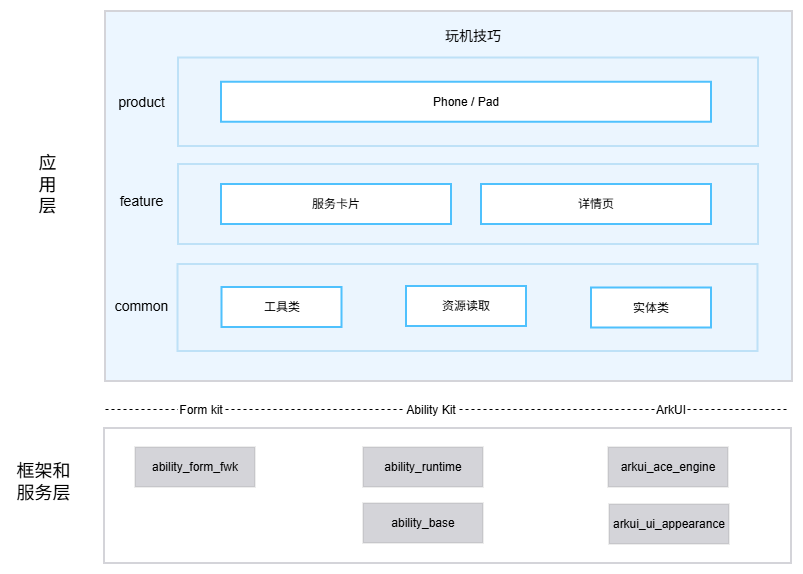
This is docs/figures/tips_architecture.png from openharmony/applications_tips, a draw.io export, as it was before one commit. Source tidied: cells renumbered, new cells last; positions are measured from the earlier drawing's top-left corner, leaving out a move shared by most shapes.
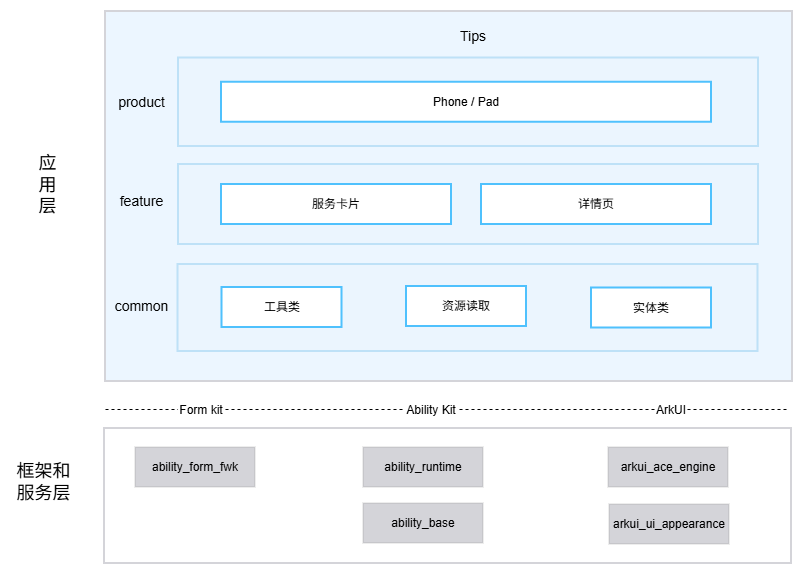
After the commit.

Commit message:
DOC: 补充 Tips 架构图文档更新

补齐上一次文字调整遗漏的文档图片变更，保持架构图与当前 Tips 命名一致。

What changed in the source:
```diff
@@ -5,7 +5,7 @@
     <mxCell id="2" style="rounded=0;whiteSpace=wrap;html=1;strokeColor=#D4D4D9;strokeWidth=2;perimeterSpacing=0;fillColor=light-dark(#ecf6ff, #1D293B);" parent="1" vertex="1">
       <mxGeometry x="95" width="687" height="370" as="geometry" />
     </mxCell>
-    <mxCell id="3" value="&lt;span style=&quot;font-size: 14px; font-weight: 400;&quot;&gt;玩机技巧&lt;/span&gt;" style="text;html=1;whiteSpace=wrap;strokeColor=none;fillColor=none;align=center;verticalAlign=middle;rounded=0;fontStyle=1;" parent="1" vertex="1">
+    <mxCell id="3" value="&lt;span style=&quot;font-size: 14px; font-weight: 400;&quot;&gt;Tips&lt;/span&gt;" style="text;html=1;whiteSpace=wrap;strokeColor=none;fillColor=none;align=center;verticalAlign=middle;rounded=0;fontStyle=1;" parent="1" vertex="1">
       <mxGeometry x="353" y="0.8" width="220" height="48" as="geometry" />
     </mxCell>
     <mxCell id="4" style="rounded=0;whiteSpace=wrap;html=1;strokeColor=#D4D4D9;strokeWidth=2;" parent="1" vertex="1">
```
